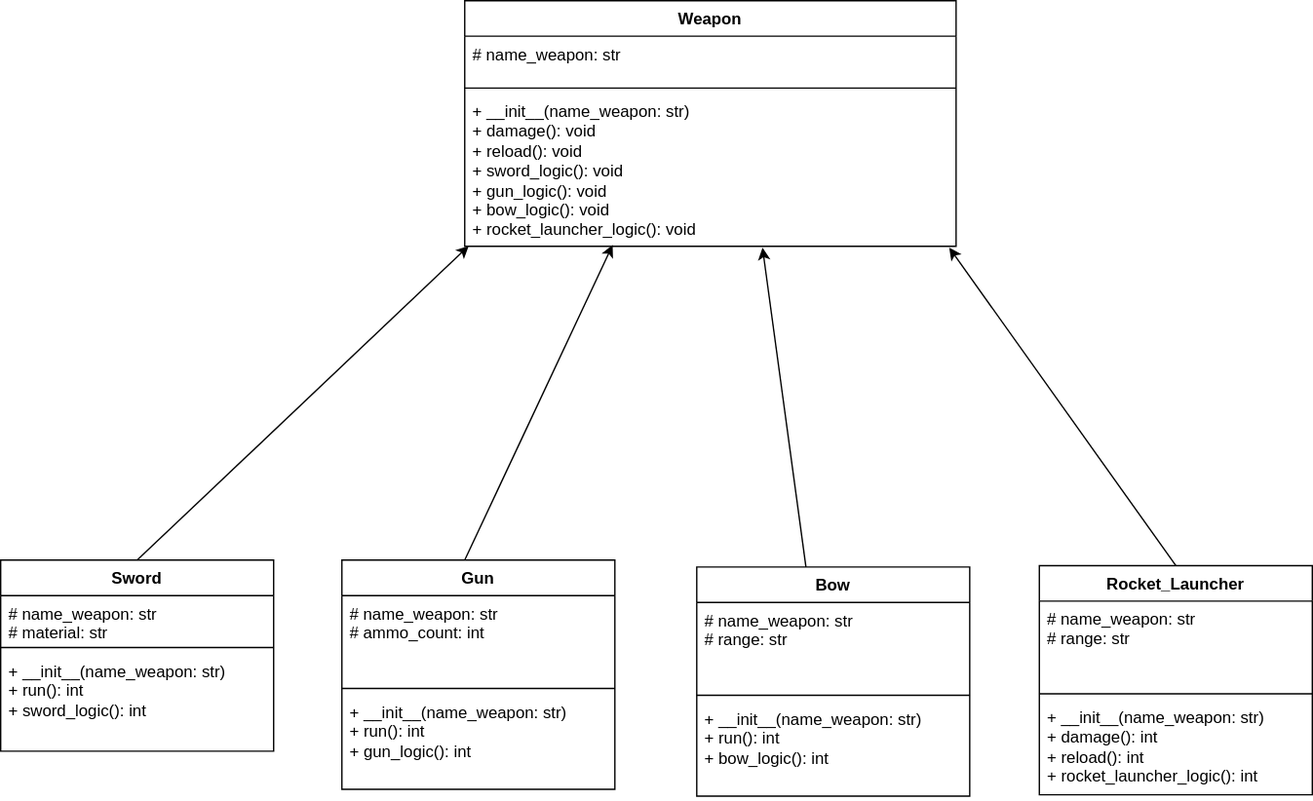
Earlier version of the draw.io export Lab_act3.drawio.svg (Ace2k5/CS121_LAB-3_ACTIVITY_CS-1203_GROUP-9). Source tidied: cells renumbered, new cells last; positions are measured from the earlier drawing's top-left corner, leaving out a move shared by most shapes.
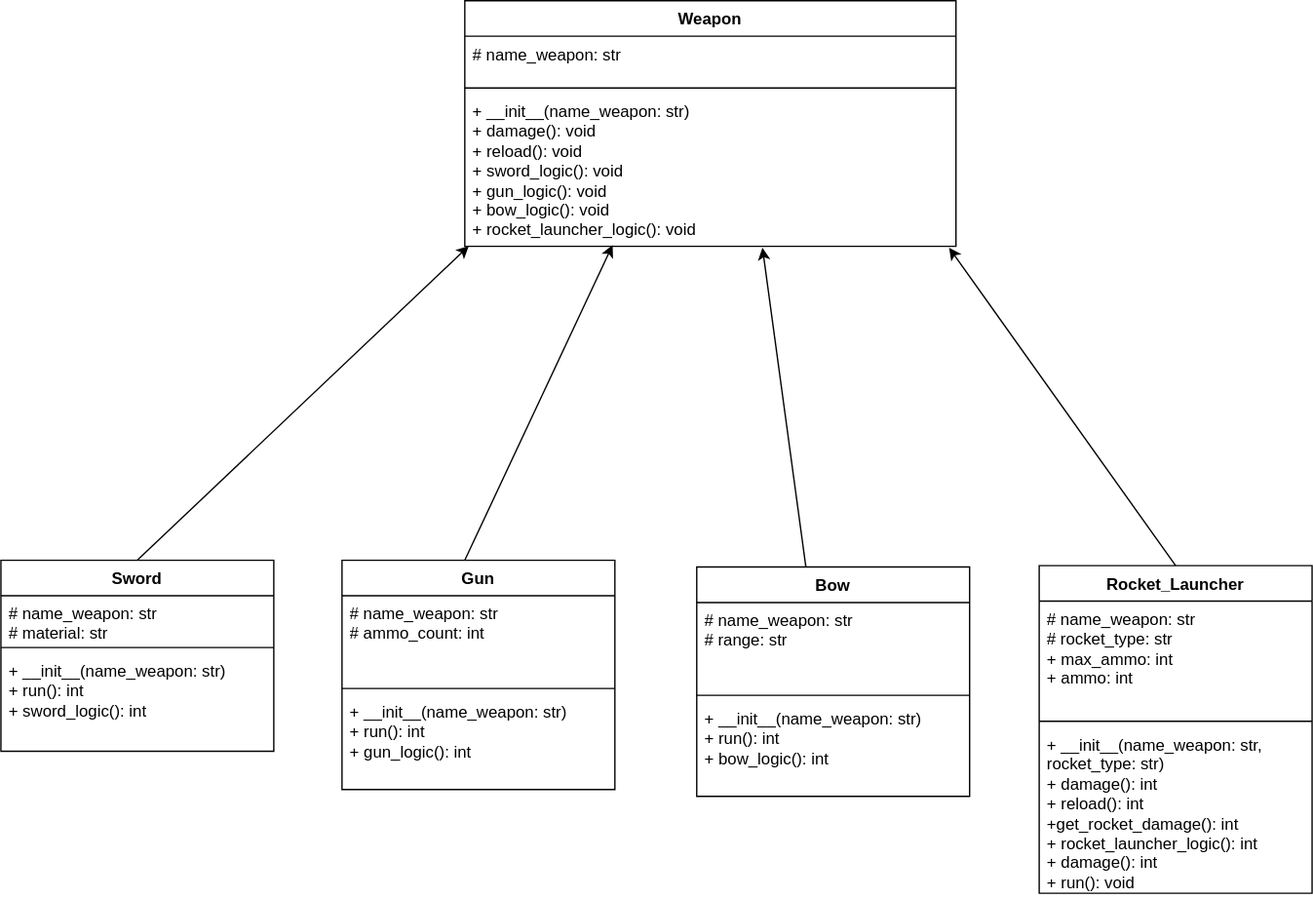
The same file after the commit.

What changed in the source:
```diff
@@ -51,16 +51,16 @@
       <mxGeometry y="98" width="200" height="70" as="geometry" />
     </mxCell>
     <mxCell id="18" value="Rocket_Launcher" style="swimlane;fontStyle=1;align=center;verticalAlign=top;horizontal=1;startSize=26;whiteSpace=wrap;html=1;" parent="1" vertex="1">
-      <mxGeometry x="761" y="414" width="200" height="168" as="geometry" />
+      <mxGeometry x="761" y="414" width="200" height="240" as="geometry" />
     </mxCell>
-    <mxCell id="19" value="# name_weapon: str&lt;div&gt;# range: str&lt;/div&gt;&lt;div&gt;&lt;br&gt;&lt;/div&gt;&lt;div&gt;&lt;br&gt;&lt;/div&gt;&lt;div&gt;&lt;br&gt;&lt;/div&gt;&lt;div&gt;&lt;br&gt;&lt;/div&gt;&lt;div&gt;&lt;br&gt;&lt;/div&gt;&lt;div&gt;&lt;br&gt;&lt;/div&gt;&lt;div&gt;&lt;br&gt;&lt;/div&gt;&lt;div&gt;&lt;br&gt;&lt;/div&gt;&lt;div&gt;&lt;br&gt;&lt;/div&gt;&lt;div&gt;&lt;br&gt;&lt;/div&gt;&lt;div&gt;&lt;br&gt;&lt;/div&gt;&lt;div&gt;&lt;br&gt;&lt;/div&gt;&lt;div&gt;&lt;br&gt;&lt;/div&gt;&lt;div&gt;&lt;br&gt;&lt;/div&gt;&lt;div&gt;&lt;br&gt;&lt;/div&gt;&lt;div&gt;&lt;br&gt;&lt;/div&gt;&lt;div&gt;&lt;br&gt;&lt;/div&gt;&lt;div&gt;&lt;br&gt;&lt;/div&gt;&lt;div&gt;&lt;br&gt;&lt;/div&gt;&lt;div&gt;&lt;br&gt;&lt;/div&gt;&lt;div&gt;&lt;br&gt;&lt;/div&gt;&lt;div&gt;&lt;br&gt;&lt;/div&gt;&lt;div&gt;&lt;br&gt;&lt;/div&gt;&lt;div&gt;&lt;br&gt;&lt;/div&gt;&lt;div&gt;&lt;br&gt;&lt;/div&gt;&lt;div&gt;&lt;br&gt;&lt;/div&gt;&lt;div&gt;&lt;br&gt;&lt;/div&gt;&lt;div&gt;&lt;br&gt;&lt;/div&gt;&lt;div&gt;&lt;br&gt;&lt;/div&gt;&lt;div&gt;&lt;br&gt;&lt;/div&gt;&lt;div&gt;&lt;br&gt;&lt;/div&gt;&lt;div&gt;&lt;br&gt;&lt;/div&gt;&lt;div&gt;&lt;br&gt;&lt;/div&gt;&lt;div&gt;&lt;br&gt;&lt;/div&gt;&lt;div&gt;&lt;br&gt;&lt;/div&gt;&lt;div&gt;&lt;br&gt;&lt;/div&gt;&lt;div&gt;&lt;br&gt;&lt;/div&gt;&lt;div&gt;&lt;br&gt;&lt;/div&gt;&lt;div&gt;&lt;br&gt;&lt;/div&gt;&lt;div&gt;&lt;br&gt;&lt;/div&gt;&lt;div&gt;&lt;br&gt;&lt;/div&gt;&lt;div&gt;&lt;br&gt;&lt;/div&gt;&lt;div&gt;&lt;br&gt;&lt;/div&gt;&lt;div&gt;&lt;br&gt;&lt;/div&gt;&lt;div&gt;&lt;br&gt;&lt;/div&gt;&lt;div&gt;&lt;br&gt;&lt;/div&gt;&lt;div&gt;&lt;br&gt;&lt;/div&gt;&lt;div&gt;&lt;br&gt;&lt;/div&gt;" style="text;strokeColor=none;fillColor=none;align=left;verticalAlign=top;spacingLeft=4;spacingRight=4;overflow=hidden;whiteSpace=wrap;html=1;" parent="18" vertex="1">
-      <mxGeometry y="26" width="200" height="64" as="geometry" />
+    <mxCell id="19" value="# name_weapon: str&lt;div&gt;# rocket_type: str&lt;/div&gt;&lt;div&gt;+ max_ammo: int&lt;/div&gt;&lt;div&gt;+ ammo: int&amp;nbsp;&lt;/div&gt;&lt;div&gt;&lt;br&gt;&lt;/div&gt;&lt;div&gt;&lt;br&gt;&lt;/div&gt;&lt;div&gt;&lt;br&gt;&lt;/div&gt;&lt;div&gt;&lt;br&gt;&lt;/div&gt;&lt;div&gt;&lt;br&gt;&lt;/div&gt;&lt;div&gt;&lt;br&gt;&lt;/div&gt;&lt;div&gt;&lt;br&gt;&lt;/div&gt;&lt;div&gt;&lt;br&gt;&lt;/div&gt;&lt;div&gt;&lt;br&gt;&lt;/div&gt;&lt;div&gt;&lt;br&gt;&lt;/div&gt;&lt;div&gt;&lt;br&gt;&lt;/div&gt;&lt;div&gt;&lt;br&gt;&lt;/div&gt;&lt;div&gt;&lt;br&gt;&lt;/div&gt;&lt;div&gt;&lt;br&gt;&lt;/div&gt;&lt;div&gt;&lt;br&gt;&lt;/div&gt;&lt;div&gt;&lt;br&gt;&lt;/div&gt;&lt;div&gt;&lt;br&gt;&lt;/div&gt;&lt;div&gt;&lt;br&gt;&lt;/div&gt;&lt;div&gt;&lt;br&gt;&lt;/div&gt;&lt;div&gt;&lt;br&gt;&lt;/div&gt;&lt;div&gt;&lt;br&gt;&lt;/div&gt;&lt;div&gt;&lt;br&gt;&lt;/div&gt;&lt;div&gt;&lt;br&gt;&lt;/div&gt;&lt;div&gt;&lt;br&gt;&lt;/div&gt;&lt;div&gt;&lt;br&gt;&lt;/div&gt;&lt;div&gt;&lt;br&gt;&lt;/div&gt;&lt;div&gt;&lt;br&gt;&lt;/div&gt;&lt;div&gt;&lt;br&gt;&lt;/div&gt;&lt;div&gt;&lt;br&gt;&lt;/div&gt;&lt;div&gt;&lt;br&gt;&lt;/div&gt;&lt;div&gt;&lt;br&gt;&lt;/div&gt;&lt;div&gt;&lt;br&gt;&lt;/div&gt;&lt;div&gt;&lt;br&gt;&lt;/div&gt;&lt;div&gt;&lt;br&gt;&lt;/div&gt;&lt;div&gt;&lt;br&gt;&lt;/div&gt;&lt;div&gt;&lt;br&gt;&lt;/div&gt;&lt;div&gt;&lt;br&gt;&lt;/div&gt;&lt;div&gt;&lt;br&gt;&lt;/div&gt;&lt;div&gt;&lt;br&gt;&lt;/div&gt;&lt;div&gt;&lt;br&gt;&lt;/div&gt;&lt;div&gt;&lt;br&gt;&lt;/div&gt;&lt;div&gt;&lt;br&gt;&lt;/div&gt;&lt;div&gt;&lt;br&gt;&lt;/div&gt;&lt;div&gt;&lt;br&gt;&lt;/div&gt;&lt;div&gt;&lt;br&gt;&lt;/div&gt;&lt;div&gt;&lt;br&gt;&lt;/div&gt;&lt;div&gt;&lt;br&gt;&lt;/div&gt;&lt;div&gt;&lt;br&gt;&lt;/div&gt;" style="text;strokeColor=none;fillColor=none;align=left;verticalAlign=top;spacingLeft=4;spacingRight=4;overflow=hidden;whiteSpace=wrap;html=1;" parent="18" vertex="1">
+      <mxGeometry y="26" width="200" height="84" as="geometry" />
     </mxCell>
     <mxCell id="20" style="line;strokeWidth=1;fillColor=none;align=left;verticalAlign=middle;spacingTop=-1;spacingLeft=3;spacingRight=3;labelPosition=right;strokeColor=inherit;" parent="18" vertex="1">
-      <mxGeometry y="90" width="200" height="8" as="geometry" />
+      <mxGeometry y="110" width="200" height="8" as="geometry" />
     </mxCell>
-    <mxCell id="21" value="&lt;div&gt;&lt;div&gt;&lt;span style=&quot;background-color: transparent; color: light-dark(rgb(0, 0, 0), rgb(255, 255, 255));&quot;&gt;+ __init__(name_weapon: str)&lt;/span&gt;&lt;/div&gt;&lt;div&gt;+ damage(): int&lt;/div&gt;&lt;/div&gt;&lt;div&gt;+ reload(): int&lt;/div&gt;&lt;div&gt;+ rocket_launcher_logic(): int&lt;/div&gt;" style="text;strokeColor=none;fillColor=none;align=left;verticalAlign=top;spacingLeft=4;spacingRight=4;overflow=hidden;whiteSpace=wrap;html=1;" parent="18" vertex="1">
-      <mxGeometry y="98" width="200" height="70" as="geometry" />
+    <mxCell id="21" value="&lt;div&gt;&lt;div&gt;&lt;span style=&quot;background-color: transparent; color: light-dark(rgb(0, 0, 0), rgb(255, 255, 255));&quot;&gt;+ __init__(name_weapon: str, rocket_type: str)&lt;/span&gt;&lt;/div&gt;&lt;div&gt;+ damage(): int&lt;/div&gt;&lt;/div&gt;&lt;div&gt;+ reload(): int&lt;/div&gt;&lt;div&gt;+get_rocket_damage(): int&lt;/div&gt;&lt;div&gt;+ rocket_launcher_logic(): int&lt;/div&gt;&lt;div&gt;+ damage(): int&lt;/div&gt;&lt;div&gt;+ run(): void&lt;/div&gt;" style="text;strokeColor=none;fillColor=none;align=left;verticalAlign=top;spacingLeft=4;spacingRight=4;overflow=hidden;whiteSpace=wrap;html=1;" parent="18" vertex="1">
+      <mxGeometry y="118" width="200" height="122" as="geometry" />
     </mxCell>
     <mxCell id="22" style="endArrow=classic;html=1;rounded=0;entryX=0.008;entryY=0.998;entryDx=0;entryDy=0;entryPerimeter=0;" parent="1" edge="1" target="5">
       <mxGeometry relative="1" as="geometry">
```
